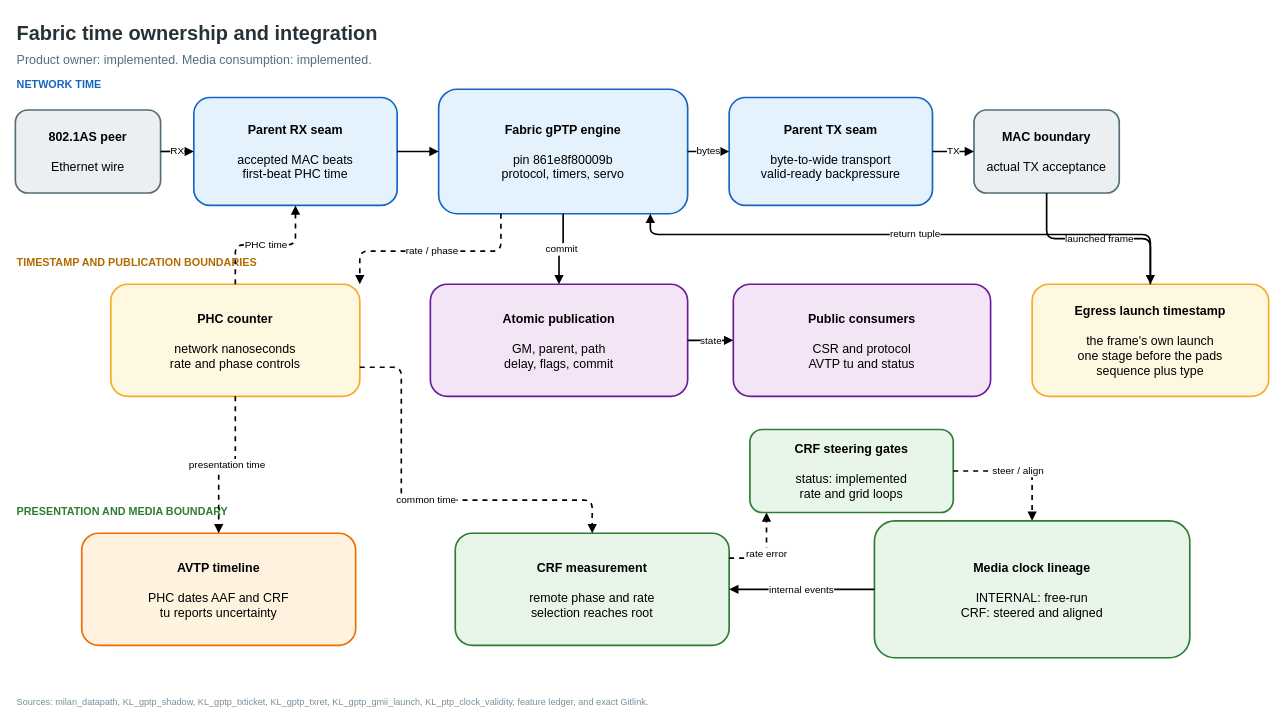
This is docs/diagrams/timesync_chain.drawio from kebag-logic/milan-fpga, a draw.io file, before an edit. Source tidied: cells renumbered, new cells numbered last; positions are measured from the earlier drawing's top-left corner, leaving out a move shared by most shapes. Both pictures are drawn from the tidied source at 83%, with x=0, y=0 at pixel (15, 14).
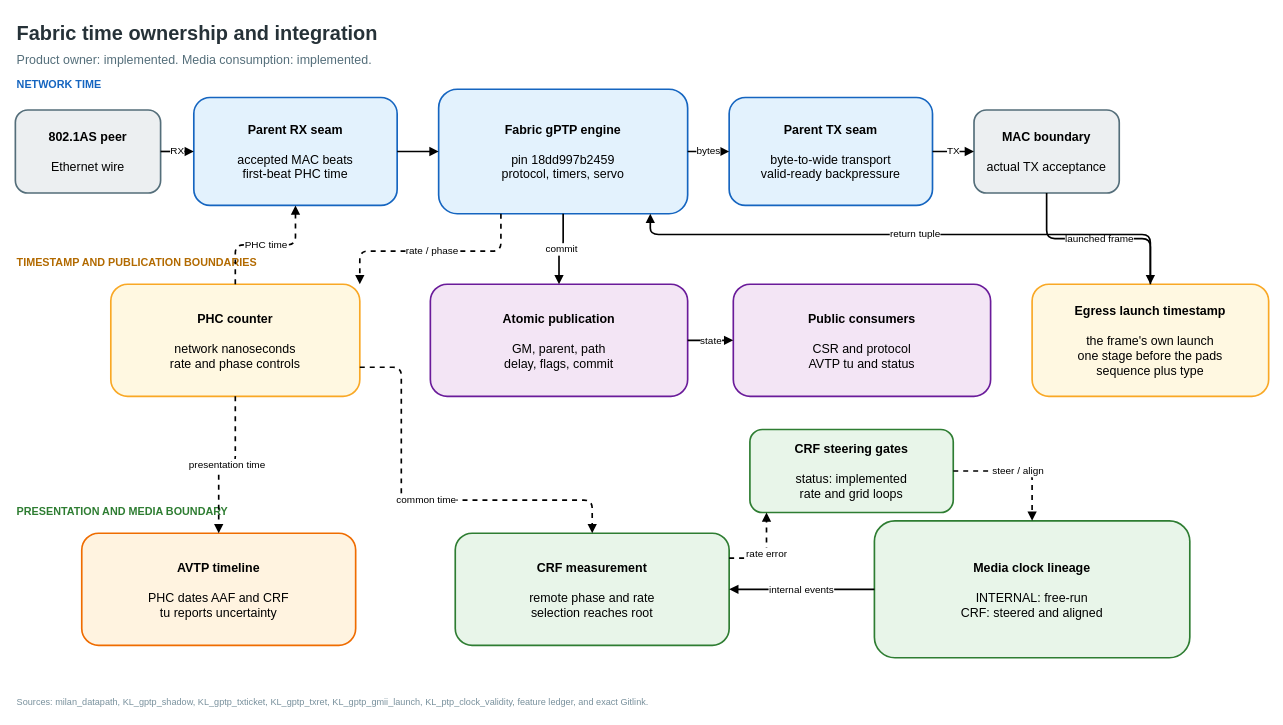
The same page after the edit.

Change to the diagram source:
```diff
@@
-    <mxCell id="10" value="&lt;b&gt;Fabric gPTP engine&lt;/b&gt;&lt;br&gt;&lt;br&gt;pin 861e8f80009b&lt;br&gt;protocol, timers, servo" style="rounded=1;whiteSpace=wrap;html=1;verticalAlign=middle;align=center;fontSize=15;strokeWidth=2;fillColor=#E3F2FD;strokeColor=#1565C0;" parent="1" vertex="1">
+    <mxCell id="10" value="&lt;b&gt;Fabric gPTP engine&lt;/b&gt;&lt;br&gt;&lt;br&gt;pin 18dd997b2459&lt;br&gt;protocol, timers, servo" style="rounded=1;whiteSpace=wrap;html=1;verticalAlign=middle;align=center;fontSize=15;strokeWidth=2;fillColor=#E3F2FD;strokeColor=#1565C0;" parent="1" vertex="1">
       <mxGeometry x="510" y="90" width="300" height="150" as="geometry" />
     </mxCell>
```
